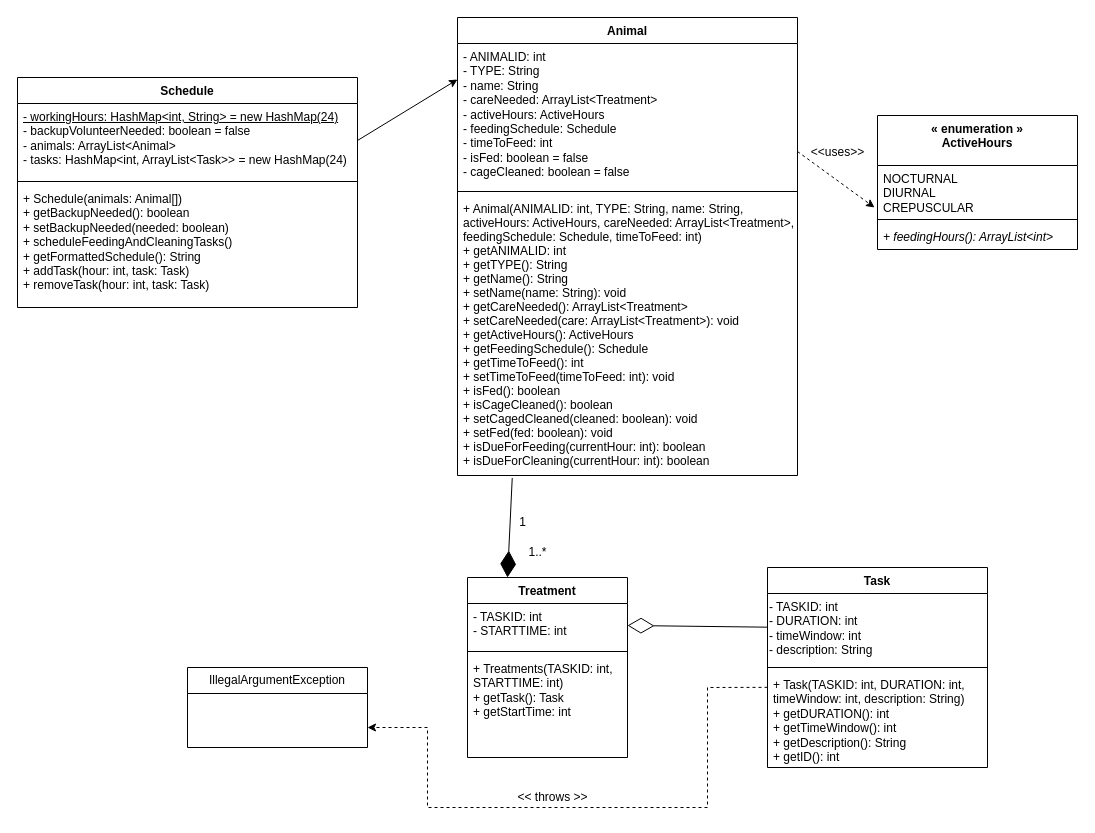
Above: 64.drawio in aryan-karadia/Mock-Schedule-Builder (draw.io), before the change. Source tidied: cells renumbered, new cells numbered last; positions are measured from the earlier drawing's top-left corner, leaving out a move shared by most shapes. Both pictures are drawn from the tidied source at 100%, with x=0, y=0 at pixel (17, 17).
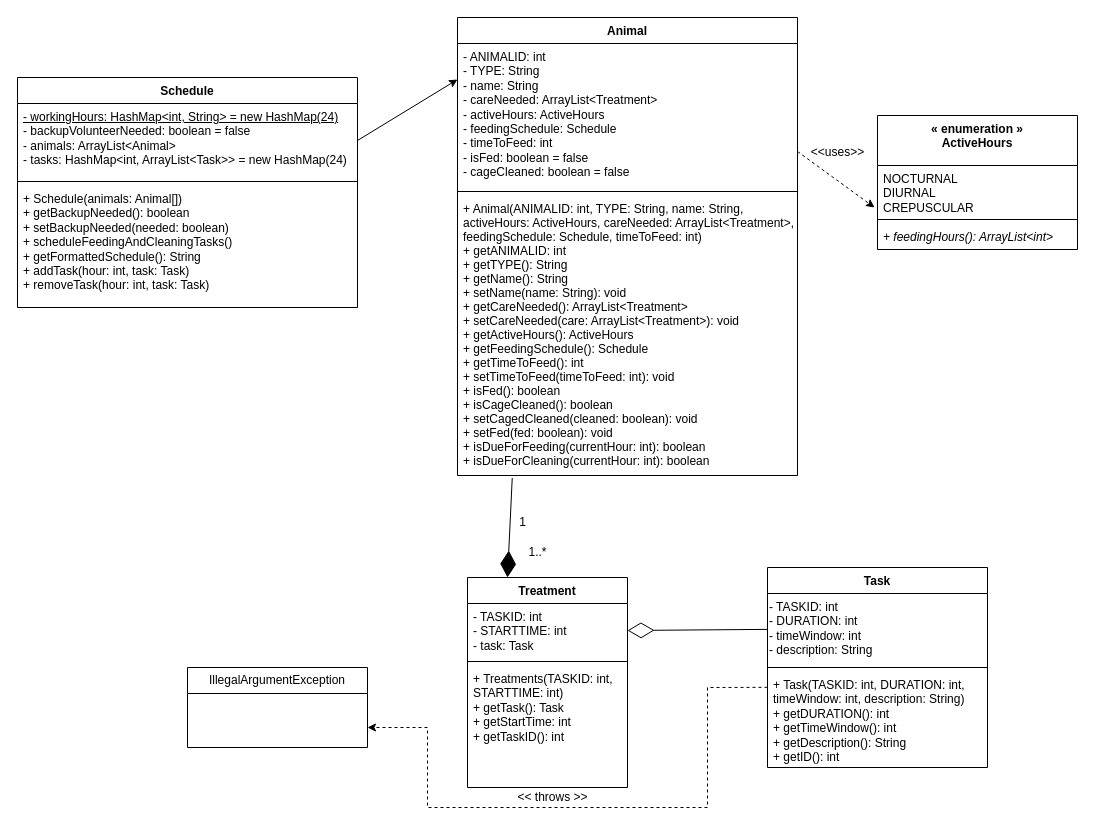
The same diagram, later.

Commit message:
Treatment Class: Added task:Task to the Treatment class to associate a Task object with each Treatment. Added getTaskID()

The edit, as a diff of the source:
```diff
@@
     <mxCell id="16" value="Treatment" style="swimlane;fontStyle=1;align=center;verticalAlign=top;horizontal=1;startSize=26;whiteSpace=wrap;html=1;" parent="1" vertex="1">
-      <mxGeometry x="450" y="560" width="160" height="180" as="geometry" />
+      <mxGeometry x="450" y="560" width="160" height="210" as="geometry" />
     </mxCell>
-    <mxCell id="17" value="- TASKID: int&lt;br&gt;- STARTTIME: int" style="text;strokeColor=none;fillColor=none;align=left;verticalAlign=top;spacingLeft=4;spacingRight=4;overflow=hidden;points=[[0,0.5],[1,0.5]];portConstraint=eastwest;whiteSpace=wrap;html=1;" parent="16" vertex="1">
-      <mxGeometry y="26" width="160" height="44" as="geometry" />
+    <mxCell id="17" value="- TASKID: int&lt;br&gt;- STARTTIME: int&lt;br&gt;- task: Task" style="text;strokeColor=none;fillColor=none;align=left;verticalAlign=top;spacingLeft=4;spacingRight=4;overflow=hidden;points=[[0,0.5],[1,0.5]];portConstraint=eastwest;whiteSpace=wrap;html=1;" parent="16" vertex="1">
+      <mxGeometry y="26" width="160" height="54" as="geometry" />
     </mxCell>
     <mxCell id="18" style="line;strokeWidth=1;fillColor=none;align=left;verticalAlign=middle;spacingTop=-1;spacingLeft=3;spacingRight=3;labelPosition=right;strokeColor=inherit;" parent="16" vertex="1">
-      <mxGeometry y="70" width="160" height="8" as="geometry" />
+      <mxGeometry y="80" width="160" height="8" as="geometry" />
     </mxCell>
-    <mxCell id="19" value="+ Treatments(TASKID: int, STARTTIME: int)&lt;br&gt;+ getTask(): Task&lt;br&gt;+ getStartTime: int" style="text;strokeColor=none;fillColor=none;align=left;verticalAlign=top;spacingLeft=4;spacingRight=4;overflow=hidden;whiteSpace=wrap;html=1;" parent="16" vertex="1">
-      <mxGeometry y="78" width="160" height="102" as="geometry" />
+    <mxCell id="19" value="+ Treatments(TASKID: int, STARTTIME: int)&lt;br&gt;+ getTask(): Task&lt;br&gt;+ getStartTime: int&lt;br&gt;+ getTaskID(): int" style="text;strokeColor=none;fillColor=none;align=left;verticalAlign=top;spacingLeft=4;spacingRight=4;overflow=hidden;whiteSpace=wrap;html=1;" parent="16" vertex="1">
+      <mxGeometry y="88" width="160" height="122" as="geometry" />
     </mxCell>
```
